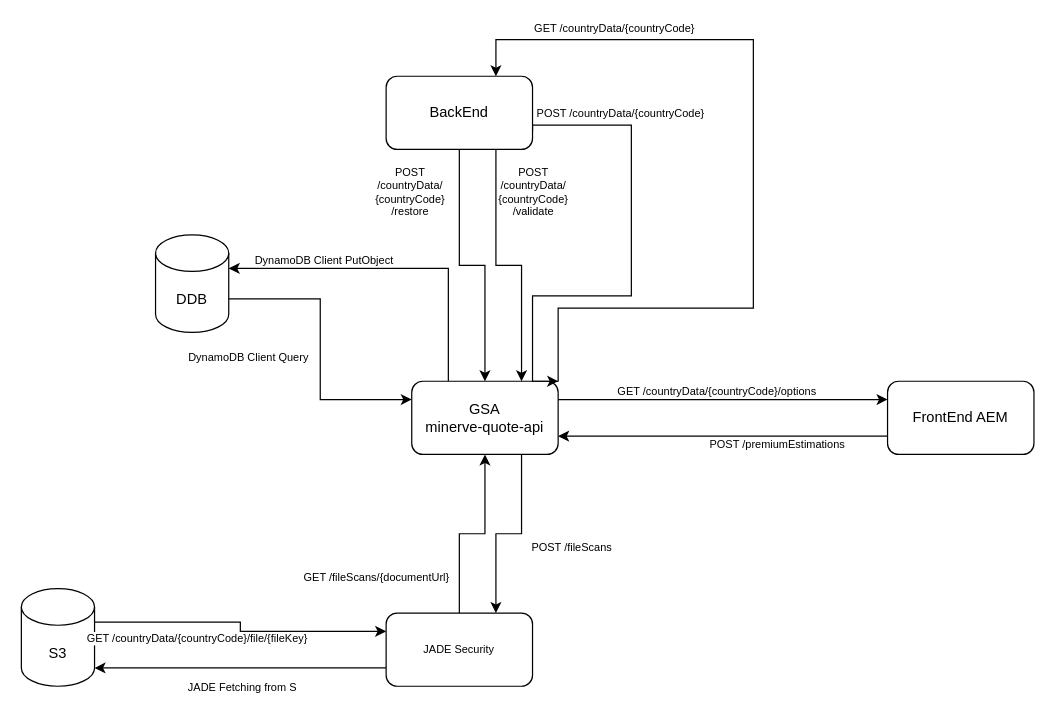
Earlier version of the draw.io diagram Minerve.drawio (jbcfrance/at). Source tidied: cells renumbered, new cells numbered last; positions are measured from the earlier drawing's top-left corner, leaving out a move shared by most shapes. Both pictures are drawn from the tidied source at 122%, with x=0, y=0 at pixel (21, 39).
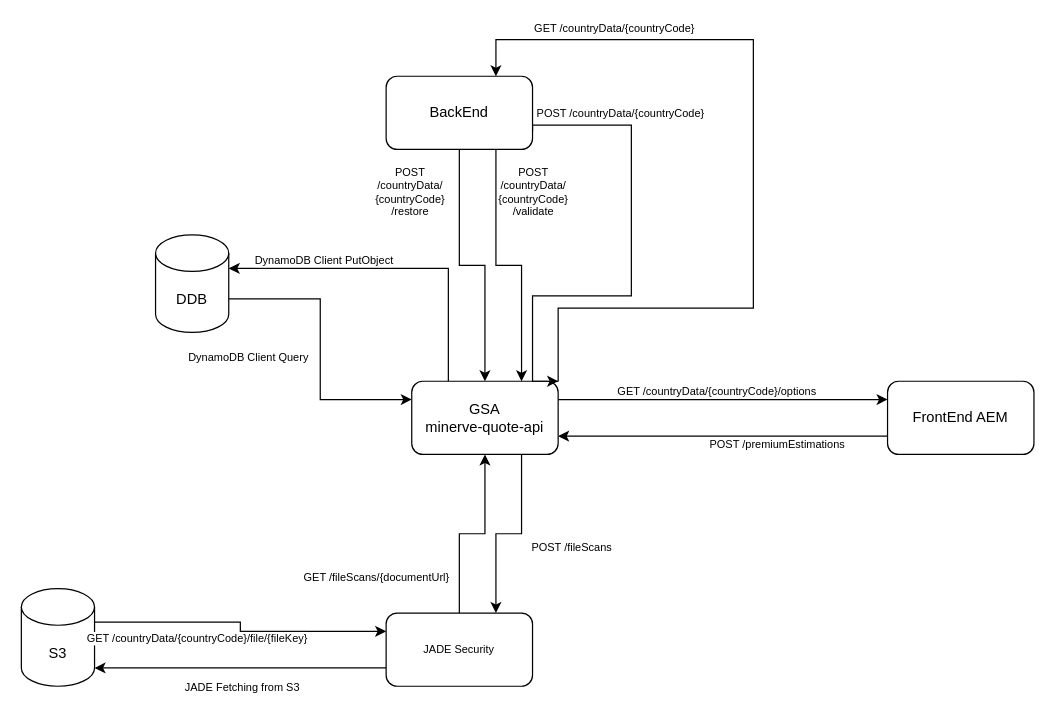
Above is the later version.

Commit message:
Mettre à jour Minerve.drawio

The edit, as a diff of the source:
```diff
@@
-    <mxCell id="25" value="JADE Fetching from S" style="edgeLabel;html=1;align=center;verticalAlign=middle;fontSize=9;fontColor=#000000;" parent="1" vertex="1">
+    <mxCell id="25" value="JADE Fetching from S3" style="edgeLabel;html=1;align=center;verticalAlign=middle;fontSize=9;fontColor=#000000;" parent="1" vertex="1">
       <mxGeometry x="180" y="530" as="geometry" />
     </mxCell>
```
